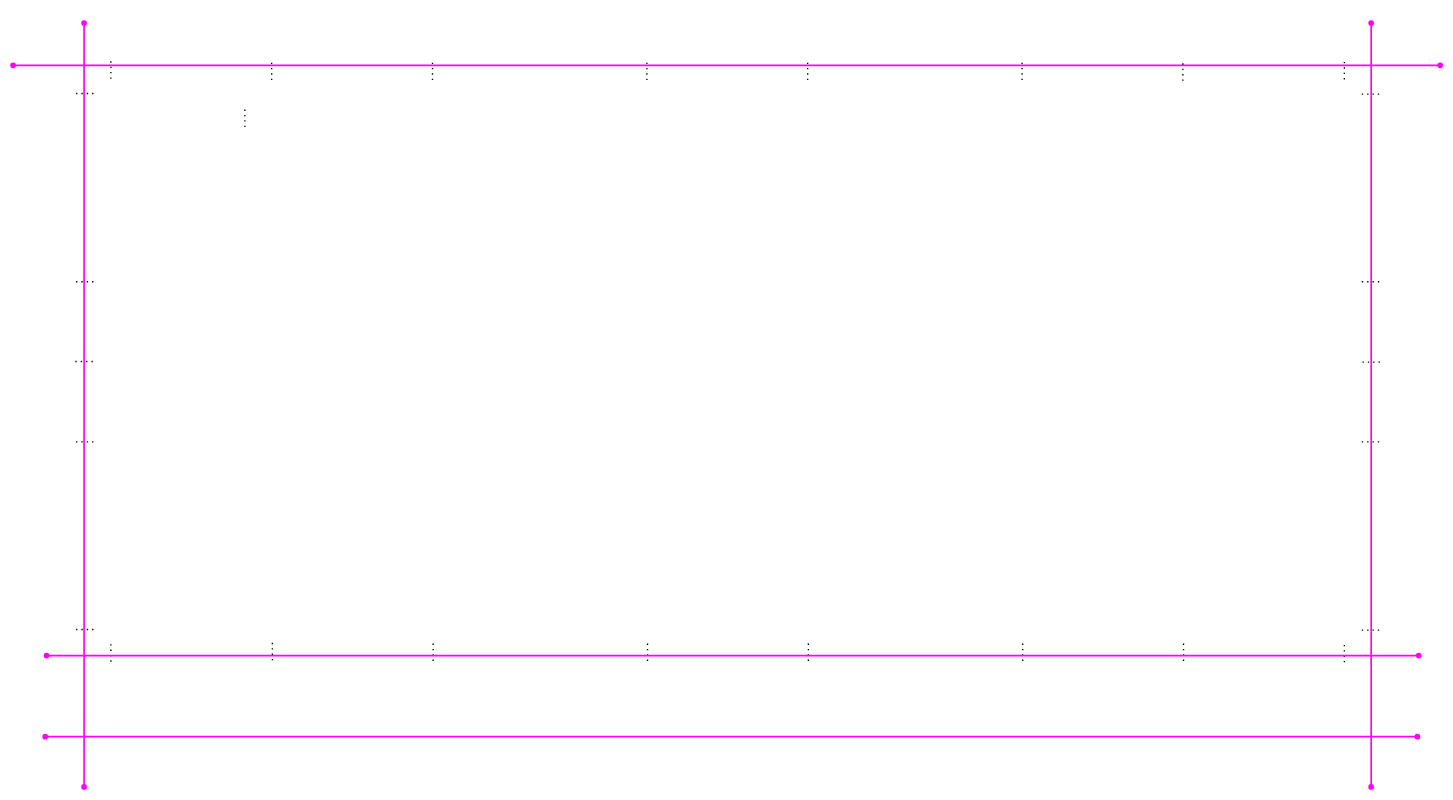
vadramson/Drawings keeps this draw.io diagram as Upstation_Building_Project_Floor_Design.drawio. Above is the earlier version. Source tidied: cells renumbered, new cells numbered last; positions are measured from the earlier drawing's top-left corner, leaving out a move shared by most shapes. Both pictures are drawn from the tidied source at 67%, with x=0, y=0 at pixel (13, 23).
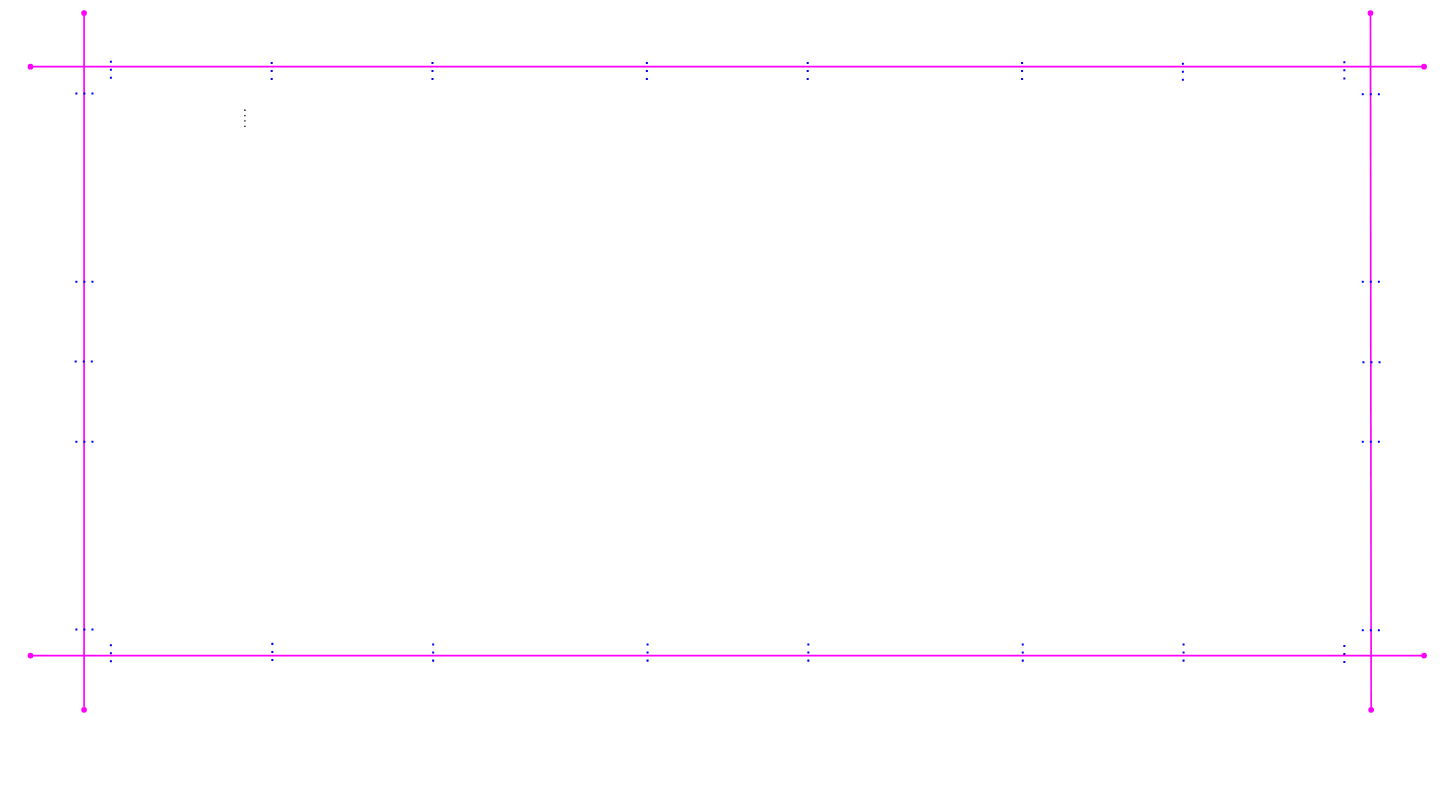
Above is the later version.

Commit message:
division outline before drawing

The edit, as a diff of the source:
```diff
@@
     <mxCell id="3" style="endArrow=oval;html=1;rounded=0;strokeWidth=2.5;startArrow=oval;startFill=1;endFill=1;strokeColor=#FF00FF;" parent="2" edge="1">
       <mxGeometry relative="1" as="geometry">
-        <mxPoint x="106" y="1140" as="sourcePoint" />
-        <mxPoint x="106" as="targetPoint" />
+        <mxPoint x="106" y="1025" as="sourcePoint" />
+        <mxPoint x="106" y="-15" as="targetPoint" />
       </mxGeometry>
     </mxCell>
     <mxCell id="4" style="endArrow=oval;html=1;rounded=0;strokeWidth=2.5;startArrow=oval;startFill=1;endFill=1;strokeColor=#FF00FF;" parent="2" edge="1">
       <mxGeometry relative="1" as="geometry">
-        <mxPoint x="2027" y="1140" as="sourcePoint" />
-        <mxPoint x="2027" as="targetPoint" />
+        <mxPoint x="2027" y="1025" as="sourcePoint" />
+        <mxPoint x="2026" y="-15" as="targetPoint" />
       </mxGeometry>
     </mxCell>
-    <mxCell id="5" style="endArrow=oval;html=1;rounded=0;strokeWidth=2.5;startArrow=oval;startFill=1;endFill=1;strokeColor=#FF00FF;" parent="2" edge="1">
-      <mxGeometry relative="1" as="geometry">
-        <mxPoint x="48" y="1065" as="sourcePoint" />
-        <mxPoint x="2096" y="1065" as="targetPoint" />
-      </mxGeometry>
-    </mxCell>
@@
-    <mxCell id="7" style="endArrow=none;dashed=1;html=1;dashPattern=1 3;strokeWidth=2;rounded=0;" parent="2" edge="1">
+    <mxCell id="7" style="endArrow=none;dashed=1;html=1;dashPattern=1 3;strokeWidth=3;rounded=0;strokeColor=#0000FF;" parent="2" edge="1">
       <mxGeometry relative="1" as="geometry">
         <mxPoint x="146" y="83" as="sourcePoint" />
         <mxPoint x="146" y="53" as="targetPoint" />
       </mxGeometry>
     </mxCell>
-    <mxCell id="8" style="endArrow=none;dashed=1;html=1;dashPattern=1 3;strokeWidth=2;rounded=0;" parent="2" edge="1">
+    <mxCell id="8" style="endArrow=none;dashed=1;html=1;dashPattern=1 3;strokeWidth=3;rounded=0;strokeColor=#0000FF;" parent="2" edge="1">
       <mxGeometry relative="1" as="geometry">
         <mxPoint x="386" y="85" as="sourcePoint" />
         <mxPoint x="386" y="55" as="targetPoint" />
       </mxGeometry>
     </mxCell>
-    <mxCell id="9" style="endArrow=none;dashed=1;html=1;dashPattern=1 3;strokeWidth=2;rounded=0;" parent="2" edge="1">
+    <mxCell id="9" style="endArrow=none;dashed=1;html=1;dashPattern=1 3;strokeWidth=3;rounded=0;strokeColor=#0000FF;" parent="2" edge="1">
       <mxGeometry relative="1" as="geometry">
         <mxPoint x="626" y="85" as="sourcePoint" />
         <mxPoint x="626" y="55" as="targetPoint" />
       </mxGeometry>
     </mxCell>
-    <mxCell id="10" style="endArrow=none;dashed=1;html=1;dashPattern=1 3;strokeWidth=2;rounded=0;" parent="2" edge="1">
+    <mxCell id="10" style="endArrow=none;dashed=1;html=1;dashPattern=1 3;strokeWidth=3;rounded=0;strokeColor=#0000FF;" parent="2" edge="1">
       <mxGeometry relative="1" as="geometry">
         <mxPoint x="946" y="85" as="sourcePoint" />
         <mxPoint x="946" y="55" as="targetPoint" />
       </mxGeometry>
     </mxCell>
-    <mxCell id="11" style="endArrow=none;dashed=1;html=1;dashPattern=1 3;strokeWidth=2;rounded=0;" parent="2" edge="1">
+    <mxCell id="11" style="endArrow=none;dashed=1;html=1;dashPattern=1 3;strokeWidth=3;rounded=0;strokeColor=#0000FF;" parent="2" edge="1">
       <mxGeometry relative="1" as="geometry">
         <mxPoint x="1186" y="85" as="sourcePoint" />
         <mxPoint x="1186" y="55" as="targetPoint" />
       </mxGeometry>
     </mxCell>
-    <mxCell id="12" style="endArrow=none;dashed=1;html=1;dashPattern=1 3;strokeWidth=2;rounded=0;" parent="2" edge="1">
+    <mxCell id="12" style="endArrow=none;dashed=1;html=1;dashPattern=1 3;strokeWidth=3;rounded=0;strokeColor=#0000FF;" parent="2" edge="1">
       <mxGeometry relative="1" as="geometry">
         <mxPoint x="1506" y="85" as="sourcePoint" />
         <mxPoint x="1506" y="55" as="targetPoint" />
       </mxGeometry>
     </mxCell>
     <mxCell id="13" style="endArrow=oval;html=1;rounded=0;strokeWidth=2.5;startArrow=oval;startFill=1;endFill=1;strokeColor=#FF00FF;" parent="2" edge="1">
       <mxGeometry relative="1" as="geometry">
-        <mxPoint y="63" as="sourcePoint" />
-        <mxPoint x="2130" y="63" as="targetPoint" />
+        <mxPoint x="26" y="65" as="sourcePoint" />
+        <mxPoint x="2106" y="65" as="targetPoint" />
       </mxGeometry>
     </mxCell>
-    <mxCell id="14" style="endArrow=none;dashed=1;html=1;dashPattern=1 3;strokeWidth=2;rounded=0;" parent="2" edge="1">
+    <mxCell id="14" style="endArrow=none;dashed=1;html=1;dashPattern=1 3;strokeWidth=3;rounded=0;strokeColor=#0000FF;" parent="2" edge="1">
       <mxGeometry relative="1" as="geometry">
         <mxPoint x="1746" y="86" as="sourcePoint" />
         <mxPoint x="1746" y="56" as="targetPoint" />
       </mxGeometry>
     </mxCell>
-    <mxCell id="15" style="endArrow=none;dashed=1;html=1;dashPattern=1 3;strokeWidth=2;rounded=0;" parent="2" edge="1">
+    <mxCell id="15" style="endArrow=none;dashed=1;html=1;dashPattern=1 3;strokeWidth=3;rounded=0;strokeColor=#0000FF;" parent="2" edge="1">
       <mxGeometry relative="1" as="geometry">
         <mxPoint x="1987" y="84" as="sourcePoint" />
         <mxPoint x="1987" y="54" as="targetPoint" />
       </mxGeometry>
     </mxCell>
-    <mxCell id="16" style="endArrow=none;dashed=1;html=1;dashPattern=1 3;strokeWidth=2;rounded=0;" parent="2" edge="1">
+    <mxCell id="16" style="endArrow=none;dashed=1;html=1;dashPattern=1 3;strokeWidth=3;rounded=0;strokeColor=#0000FF;" parent="2" edge="1">
       <mxGeometry relative="1" as="geometry">
         <mxPoint x="120" y="105" as="sourcePoint" />
         <mxPoint x="89" y="105" as="targetPoint" />
       </mxGeometry>
     </mxCell>
-    <mxCell id="17" style="endArrow=none;dashed=1;html=1;dashPattern=1 3;strokeWidth=2;rounded=0;" parent="2" edge="1">
+    <mxCell id="17" style="endArrow=none;dashed=1;html=1;dashPattern=1 3;strokeWidth=3;rounded=0;strokeColor=#0000FF;" parent="2" edge="1">
       <mxGeometry relative="1" as="geometry">
         <mxPoint x="120" y="386" as="sourcePoint" />
         <mxPoint x="89" y="386" as="targetPoint" />
       </mxGeometry>
     </mxCell>
-    <mxCell id="18" style="endArrow=none;dashed=1;html=1;dashPattern=1 3;strokeWidth=2;rounded=0;" parent="2" edge="1">
+    <mxCell id="18" style="endArrow=none;dashed=1;html=1;dashPattern=1 3;strokeWidth=3;rounded=0;strokeColor=#0000FF;" parent="2" edge="1">
       <mxGeometry relative="1" as="geometry">
         <mxPoint x="119" y="505" as="sourcePoint" />
         <mxPoint x="88" y="505" as="targetPoint" />
       </mxGeometry>
     </mxCell>
-    <mxCell id="19" style="endArrow=none;dashed=1;html=1;dashPattern=1 3;strokeWidth=2;rounded=0;" parent="2" edge="1">
+    <mxCell id="19" style="endArrow=none;dashed=1;html=1;dashPattern=1 3;strokeWidth=3;rounded=0;strokeColor=#0000FF;" parent="2" edge="1">
       <mxGeometry relative="1" as="geometry">
         <mxPoint x="120" y="625" as="sourcePoint" />
         <mxPoint x="89" y="625" as="targetPoint" />
       </mxGeometry>
     </mxCell>
-    <mxCell id="20" style="endArrow=none;dashed=1;html=1;dashPattern=1 3;strokeWidth=2;rounded=0;" parent="2" edge="1">
+    <mxCell id="20" style="endArrow=none;dashed=1;html=1;dashPattern=1 3;strokeWidth=3;rounded=0;strokeColor=#0000FF;" parent="2" edge="1">
       <mxGeometry relative="1" as="geometry">
         <mxPoint x="120" y="905" as="sourcePoint" />
         <mxPoint x="89" y="905" as="targetPoint" />
       </mxGeometry>
     </mxCell>
-    <mxCell id="21" style="group;rotation=-180;" parent="2" vertex="1">
+    <mxCell id="21" style="group;rotation=-180;strokeWidth=2;perimeterSpacing=0;fillColor=none;" parent="2" vertex="1">
       <mxGeometry x="146" y="106" width="1899" height="852" as="geometry" />
     </mxCell>
-    <mxCell id="22" style="endArrow=none;dashed=1;html=1;dashPattern=1 3;strokeWidth=2;rounded=0;" parent="21" edge="1">
+    <mxCell id="22" style="endArrow=none;dashed=1;html=1;dashPattern=1 3;strokeWidth=3;rounded=0;strokeColor=#0000FF;" parent="21" edge="1">
       <mxGeometry relative="1" as="geometry">
         <mxPoint x="1841" y="822" as="sourcePoint" />
         <mxPoint x="1841" y="852" as="targetPoint" />
       </mxGeometry>
     </mxCell>
-    <mxCell id="23" style="endArrow=none;dashed=1;html=1;dashPattern=1 3;strokeWidth=2;rounded=0;" parent="21" edge="1">
+    <mxCell id="23" style="endArrow=none;dashed=1;html=1;dashPattern=1 3;strokeWidth=3;rounded=0;strokeColor=#0000FF;" parent="21" edge="1">
       <mxGeometry relative="1" as="geometry">
         <mxPoint x="1601" y="820" as="sourcePoint" />
         <mxPoint x="1601" y="850" as="targetPoint" />
       </mxGeometry>
     </mxCell>
-    <mxCell id="24" style="endArrow=none;dashed=1;html=1;dashPattern=1 3;strokeWidth=2;rounded=0;" parent="21" edge="1">
+    <mxCell id="24" style="endArrow=none;dashed=1;html=1;dashPattern=1 3;strokeWidth=3;rounded=0;strokeColor=#0000FF;" parent="21" edge="1">
       <mxGeometry relative="1" as="geometry">
         <mxPoint x="1361" y="820" as="sourcePoint" />
         <mxPoint x="1361" y="850" as="targetPoint" />
       </mxGeometry>
     </mxCell>
-    <mxCell id="25" style="endArrow=none;dashed=1;html=1;dashPattern=1 3;strokeWidth=2;rounded=0;" parent="21" edge="1">
+    <mxCell id="25" style="endArrow=none;dashed=1;html=1;dashPattern=1 3;strokeWidth=3;rounded=0;strokeColor=#0000FF;" parent="21" edge="1">
       <mxGeometry relative="1" as="geometry">
         <mxPoint x="1041" y="820" as="sourcePoint" />
         <mxPoint x="1041" y="850" as="targetPoint" />
       </mxGeometry>
     </mxCell>
-    <mxCell id="26" style="endArrow=none;dashed=1;html=1;dashPattern=1 3;strokeWidth=2;rounded=0;" parent="21" edge="1">
+    <mxCell id="26" style="endArrow=none;dashed=1;html=1;dashPattern=1 3;strokeWidth=3;rounded=0;strokeColor=#0000FF;" parent="21" edge="1">
       <mxGeometry relative="1" as="geometry">
         <mxPoint x="801" y="820" as="sourcePoint" />
         <mxPoint x="801" y="850" as="targetPoint" />
       </mxGeometry>
     </mxCell>
-    <mxCell id="27" style="endArrow=none;dashed=1;html=1;dashPattern=1 3;strokeWidth=2;rounded=0;" parent="21" edge="1">
+    <mxCell id="27" style="endArrow=none;dashed=1;html=1;dashPattern=1 3;strokeWidth=3;rounded=0;strokeColor=#0000FF;" parent="21" edge="1">
       <mxGeometry relative="1" as="geometry">
         <mxPoint x="481" y="820" as="sourcePoint" />
         <mxPoint x="481" y="850" as="targetPoint" />
       </mxGeometry>
     </mxCell>
-    <mxCell id="28" style="endArrow=none;dashed=1;html=1;dashPattern=1 3;strokeWidth=2;rounded=0;" parent="21" edge="1">
+    <mxCell id="28" style="endArrow=none;dashed=1;html=1;dashPattern=1 3;strokeWidth=3;rounded=0;strokeColor=#0000FF;" parent="21" edge="1">
       <mxGeometry relative="1" as="geometry">
         <mxPoint x="241" y="819" as="sourcePoint" />
         <mxPoint x="241" y="849" as="targetPoint" />
       </mxGeometry>
     </mxCell>
-    <mxCell id="29" style="endArrow=none;dashed=1;html=1;dashPattern=1 3;strokeWidth=2;rounded=0;" parent="21" edge="1">
+    <mxCell id="29" style="endArrow=none;dashed=1;html=1;dashPattern=1 3;strokeWidth=3;rounded=0;strokeColor=#0000FF;" parent="21" edge="1">
       <mxGeometry relative="1" as="geometry">
         <mxPoint y="821" as="sourcePoint" />
         <mxPoint y="851" as="targetPoint" />
       </mxGeometry>
     </mxCell>
-    <mxCell id="30" style="endArrow=none;dashed=1;html=1;dashPattern=1 3;strokeWidth=2;rounded=0;" parent="21" edge="1">
+    <mxCell id="30" style="endArrow=none;dashed=1;html=1;dashPattern=1 3;strokeWidth=3;rounded=0;strokeColor=#0000FF;" parent="21" edge="1">
       <mxGeometry relative="1" as="geometry">
         <mxPoint x="1867" y="800" as="sourcePoint" />
         <mxPoint x="1898" y="800" as="targetPoint" />
       </mxGeometry>
     </mxCell>
-    <mxCell id="31" style="endArrow=none;dashed=1;html=1;dashPattern=1 3;strokeWidth=2;rounded=0;" parent="21" edge="1">
+    <mxCell id="31" style="endArrow=none;dashed=1;html=1;dashPattern=1 3;strokeWidth=3;rounded=0;strokeColor=#0000FF;" parent="21" edge="1">
       <mxGeometry relative="1" as="geometry">
         <mxPoint x="1867" y="519" as="sourcePoint" />
         <mxPoint x="1898" y="519" as="targetPoint" />
       </mxGeometry>
     </mxCell>
-    <mxCell id="32" style="endArrow=none;dashed=1;html=1;dashPattern=1 3;strokeWidth=2;rounded=0;" parent="21" edge="1">
+    <mxCell id="32" style="endArrow=none;dashed=1;html=1;dashPattern=1 3;strokeWidth=3;rounded=0;strokeColor=#0000FF;" parent="21" edge="1">
       <mxGeometry relative="1" as="geometry">
         <mxPoint x="1868" y="400" as="sourcePoint" />
         <mxPoint x="1899" y="400" as="targetPoint" />
       </mxGeometry>
     </mxCell>
-    <mxCell id="33" style="endArrow=none;dashed=1;html=1;dashPattern=1 3;strokeWidth=2;rounded=0;" parent="21" edge="1">
+    <mxCell id="33" style="endArrow=none;dashed=1;html=1;dashPattern=1 3;strokeWidth=3;rounded=0;strokeColor=#0000FF;" parent="21" edge="1">
       <mxGeometry relative="1" as="geometry">
         <mxPoint x="1867" y="280" as="sourcePoint" />
         <mxPoint x="1898" y="280" as="targetPoint" />
       </mxGeometry>
     </mxCell>
-    <mxCell id="34" style="endArrow=none;dashed=1;html=1;dashPattern=1 3;strokeWidth=2;rounded=0;" parent="21" edge="1">
+    <mxCell id="34" style="endArrow=none;dashed=1;html=1;dashPattern=1 3;strokeWidth=3;rounded=0;strokeColor=#0000FF;" parent="21" edge="1">
       <mxGeometry relative="1" as="geometry">
         <mxPoint x="1867" as="sourcePoint" />
         <mxPoint x="1898" as="targetPoint" />
       </mxGeometry>
     </mxCell>
     <mxCell id="35" style="endArrow=oval;html=1;rounded=0;strokeWidth=2.5;startArrow=oval;startFill=1;endFill=1;strokeColor=#FF00FF;" parent="2" edge="1">
       <mxGeometry relative="1" as="geometry">
-        <mxPoint x="50" y="944" as="sourcePoint" />
-        <mxPoint x="2098" y="944" as="targetPoint" />
+        <mxPoint x="26" y="944" as="sourcePoint" />
+        <mxPoint x="2106" y="944" as="targetPoint" />
       </mxGeometry>
     </mxCell>
```
